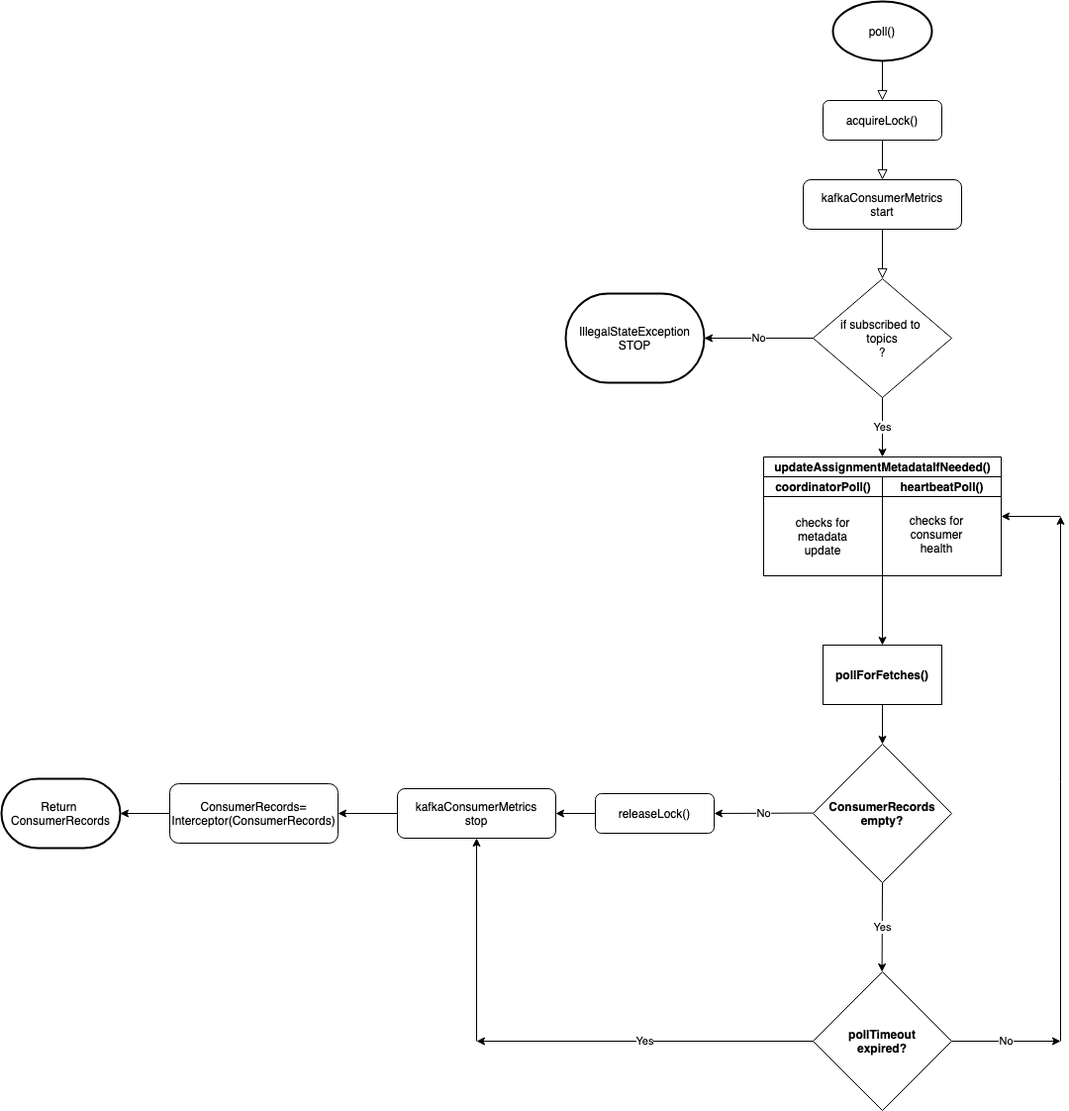
This is KafkaConsumer:poll.png from arjunair86/KafkaFlowChart, a draw.io export, as it was before one commit. Source tidied: cells renumbered, new cells last; positions are measured from the earlier drawing's top-left corner, leaving out a move shared by most shapes.
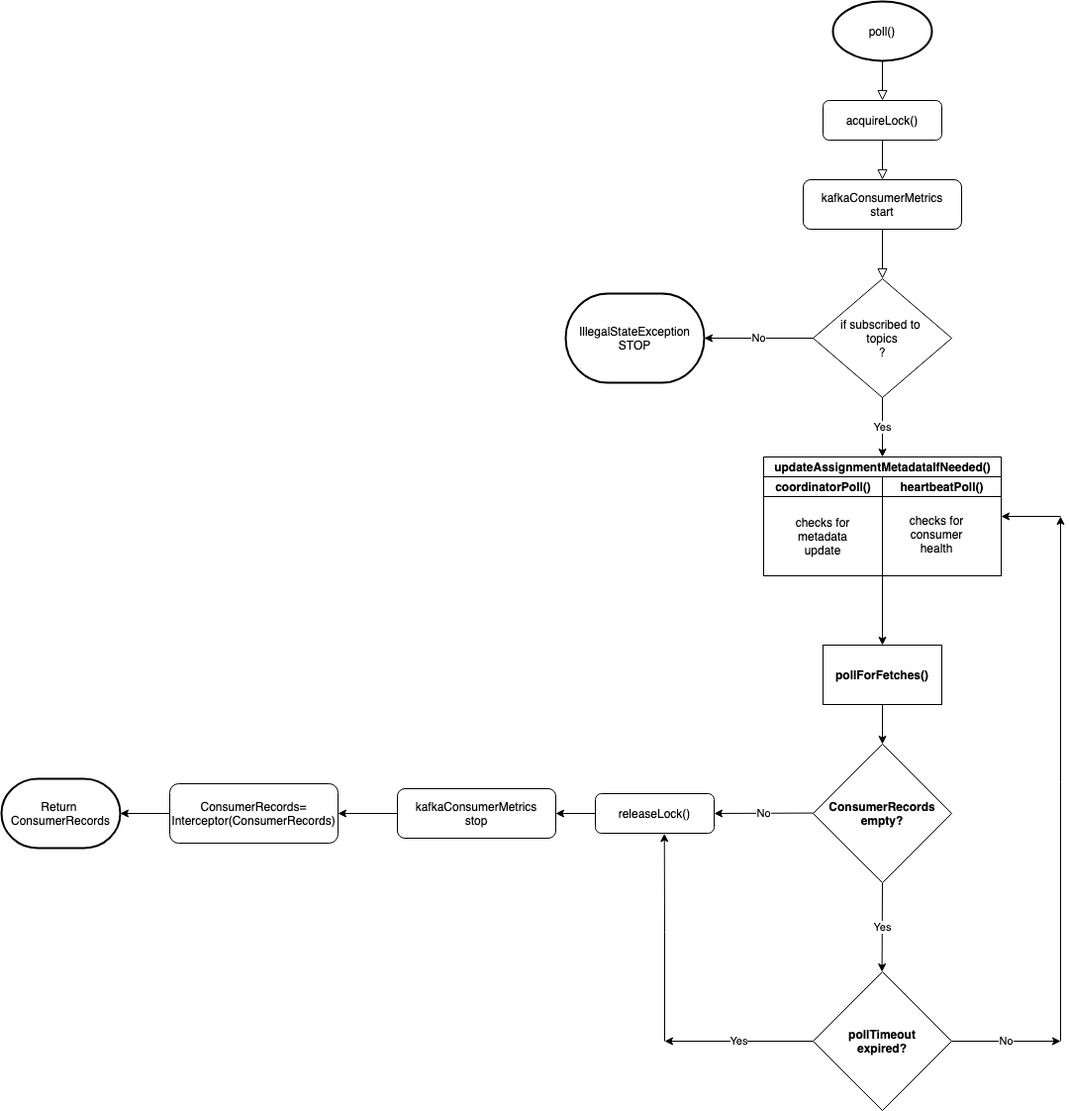
After the change.

Change to the diagram source:
```diff
@@ -113,12 +113,16 @@
     </mxCell>
     <mxCell id="30" value="Yes&lt;br&gt;" style="endArrow=classic;html=1;exitX=0;exitY=0.5;exitDx=0;exitDy=0;" parent="1" edge="1" source="26">
       <mxGeometry relative="1" as="geometry">
-        <mxPoint x="480" y="1050" as="targetPoint" />
+        <mxPoint x="670" y="1050" as="targetPoint" />
       </mxGeometry>
     </mxCell>
-    <mxCell id="31" style="edgeStyle=orthogonalEdgeStyle;rounded=0;jettySize=auto;html=1;entryX=0.5;entryY=1;entryDx=0;entryDy=0;" parent="1" edge="1" target="29">
+    <mxCell id="31" style="edgeStyle=orthogonalEdgeStyle;rounded=0;jettySize=auto;html=1;entryX=0.581;entryY=1.007;entryDx=0;entryDy=0;entryPerimeter=0;" parent="1" edge="1" target="33">
       <mxGeometry relative="1" as="geometry">
-        <mxPoint x="480" y="1050" as="sourcePoint" />
+        <mxPoint x="670" y="1050" as="sourcePoint" />
+        <Array as="points">
+          <mxPoint x="670" y="940" />
+          <mxPoint x="670" y="940" />
+        </Array>
       </mxGeometry>
     </mxCell>
     <mxCell id="32" style="edgeStyle=orthogonalEdgeStyle;rounded=0;jettySize=auto;html=1;" parent="1" edge="1" source="33" target="29">
```
